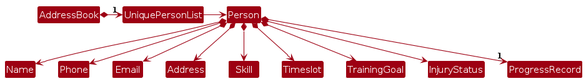
Earlier version of the PlantUML export diagrams/BetterModelClassDiagram.png (momentumnn/tp). Its source is kept beside it as diagrams/BetterModelClassDiagram.puml.
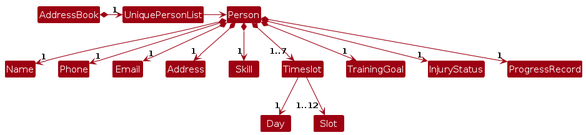
The same diagram one commit later.

Change to the diagram source:
```diff
@@ -7,13 +7,15 @@
 AddressBook *-right-> "1" UniquePersonList
 UniquePersonList -right-> Person
 
-Person *--> Name
-Person *--> Phone
-Person *--> Email
-Person *--> Address
-Person *--> Skill
-Person *--> Timeslot
-Person *--> TrainingGoal
-Person *--> InjuryStatus
+Person *--> "1" Name
+Person *--> "1" Phone
+Person *--> "1" Email
+Person *--> "1" Address
+Person *--> "1" Skill
+Person *--> "1..7" Timeslot
+Timeslot --> "1" Day
+Timeslot --> "1..12" Slot
+Person *--> "1" TrainingGoal
+Person *--> "1" InjuryStatus
 Person *--> "1" ProgressRecord
 @enduml
```
